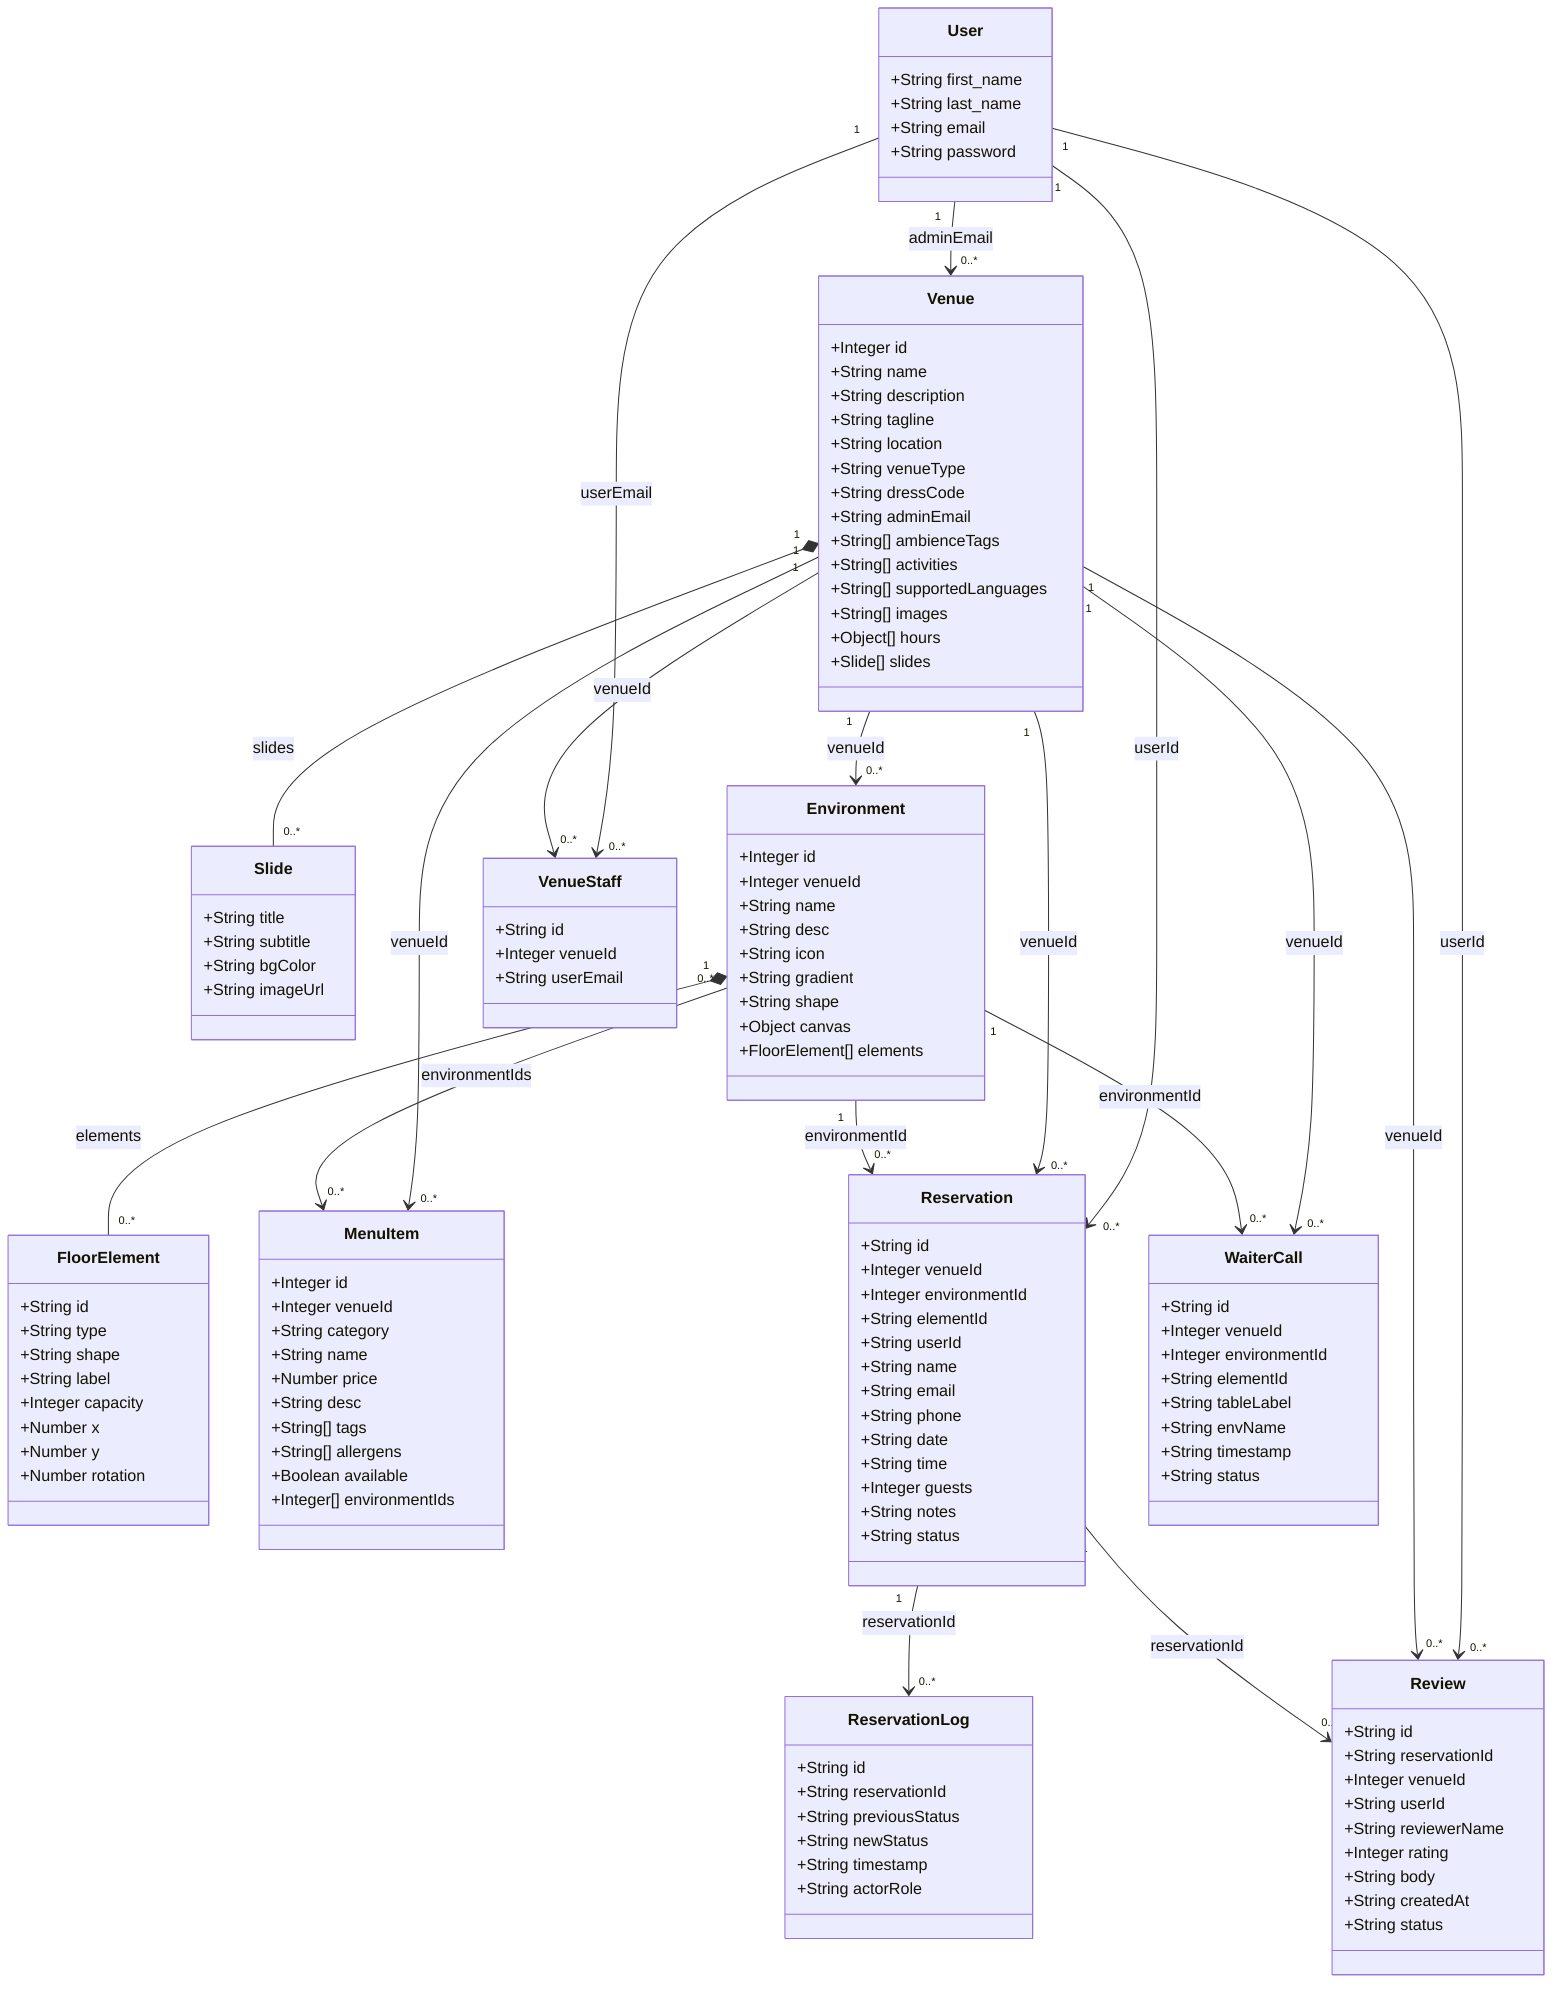
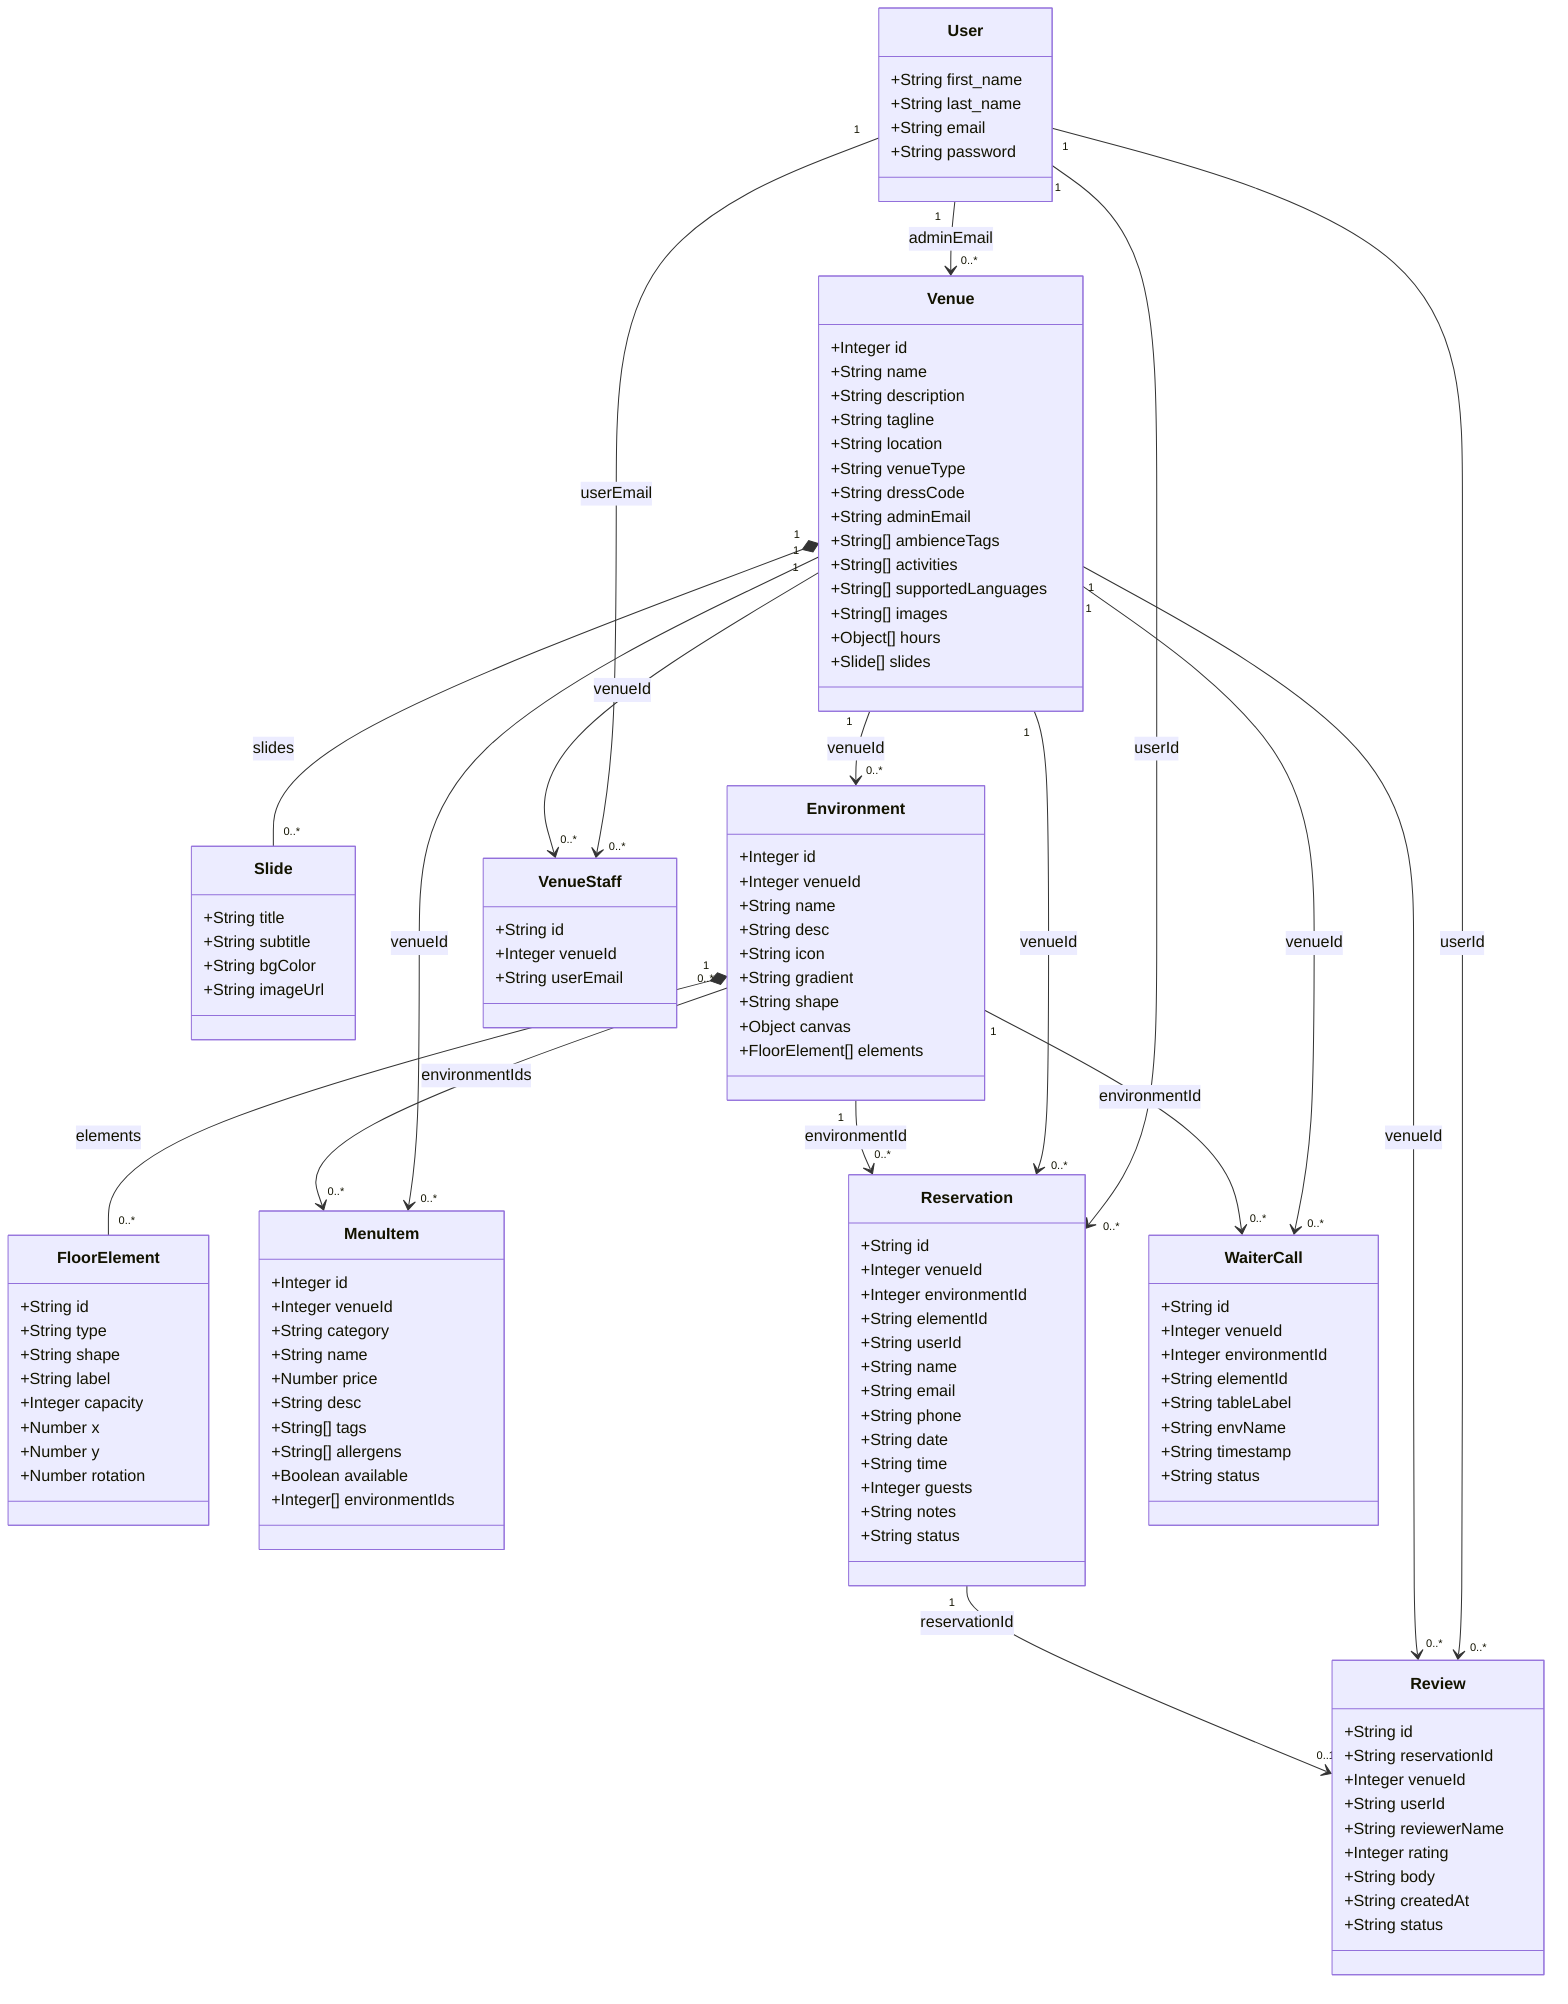
classDiagram
    class User {
        +String first_name
        +String last_name
        +String email
        +String password
    }

    class Venue {
        +Integer id
        +String name
        +String description
        +String tagline
        +String location
        +String venueType
        +String dressCode
        +String adminEmail
        +String[] ambienceTags
        +String[] activities
        +String[] supportedLanguages
        +String[] images
        +Object[] hours
        +Slide[] slides
    }

    class Slide {
        +String title
        +String subtitle
        +String bgColor
        +String imageUrl
    }

    class Environment {
        +Integer id
        +Integer venueId
        +String name
        +String desc
        +String icon
        +String gradient
        +String shape
        +Object canvas
        +FloorElement[] elements
    }

    class FloorElement {
        +String id
        +String type
        +String shape
        +String label
        +Integer capacity
        +Number x
        +Number y
        +Number rotation
    }

    class MenuItem {
        +Integer id
        +Integer venueId
        +String category
        +String name
        +Number price
        +String desc
        +String[] tags
        +String[] allergens
        +Boolean available
        +Integer[] environmentIds
    }

    class Reservation {
        +String id
        +Integer venueId
        +Integer environmentId
        +String elementId
        +String userId
        +String name
        +String email
        +String phone
        +String date
        +String time
        +Integer guests
        +String notes
        +String status
    }

-     class ReservationLog {
-         +String id
-         +String reservationId
-         +String previousStatus
-         +String newStatus
-         +String timestamp
-         +String actorRole
-     }
- 
    class Review {
        +String id
        +String reservationId
        +Integer venueId
        +String userId
        +String reviewerName
        +Integer rating
        +String body
        +String createdAt
        +String status
    }

    class VenueStaff {
        +String id
        +Integer venueId
        +String userEmail
    }

    class WaiterCall {
        +String id
        +Integer venueId
        +Integer environmentId
        +String elementId
        +String tableLabel
        +String envName
        +String timestamp
        +String status
    }

    %% User associations
    User "1" --> "0..*" Venue : adminEmail
    User "1" --> "0..*" VenueStaff : userEmail
    User "1" --> "0..*" Reservation : userId
    User "1" --> "0..*" Review : userId

    %% Venue associations
    Venue "1" *-- "0..*" Slide : slides
    Venue "1" --> "0..*" Environment : venueId
    Venue "1" --> "0..*" MenuItem : venueId
    Venue "1" --> "0..*" Reservation : venueId
    Venue "1" --> "0..*" Review : venueId
    Venue "1" --> "0..*" VenueStaff : venueId
    Venue "1" --> "0..*" WaiterCall : venueId

    %% Environment associations
    Environment "1" *-- "0..*" FloorElement : elements
    Environment "1" --> "0..*" Reservation : environmentId
    Environment "1" --> "0..*" WaiterCall : environmentId
    Environment "0..*" --> "0..*" MenuItem : environmentIds

    %% Reservation associations
-     Reservation "1" --> "0..*" ReservationLog : reservationId
    Reservation "1" --> "0..1" Review : reservationId
